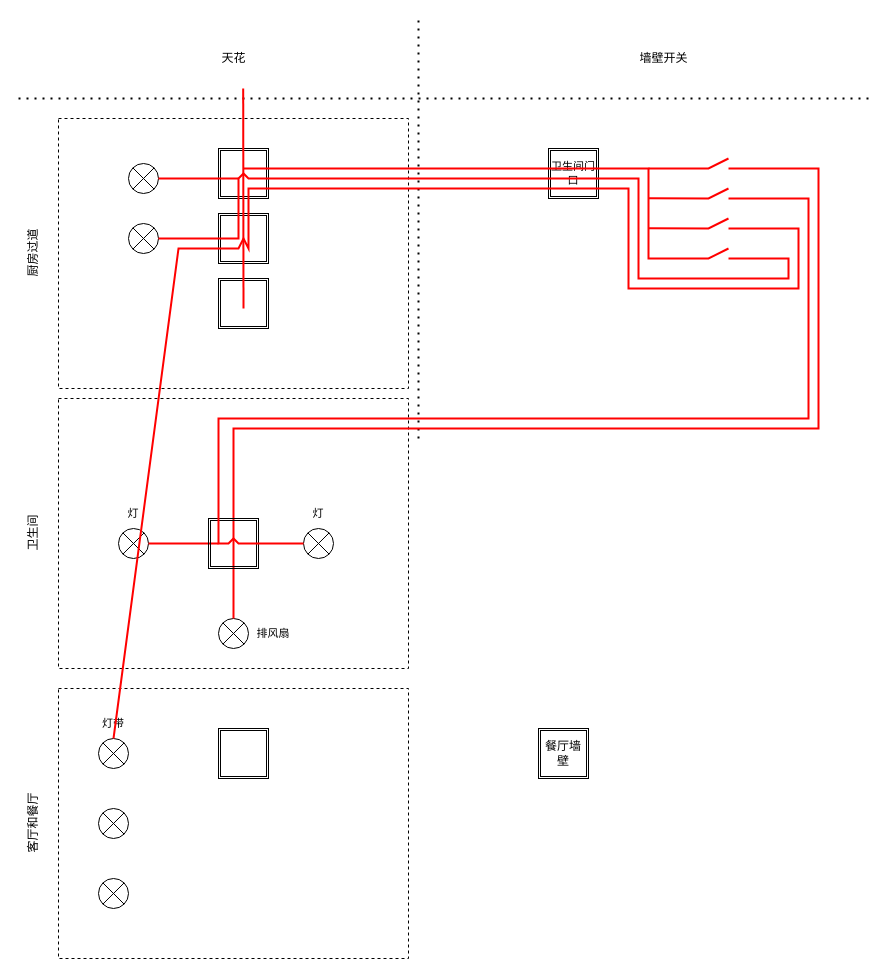
chenyc1995/drawio keeps this draw.io diagram as pipe line.drawio. Above is the earlier version. Source tidied: cells renumbered, new cells numbered last; positions are measured from the earlier drawing's top-left corner, leaving out a move shared by most shapes. Both pictures are drawn from the tidied source at 100%, with x=0, y=0 at pixel (-7, 18).
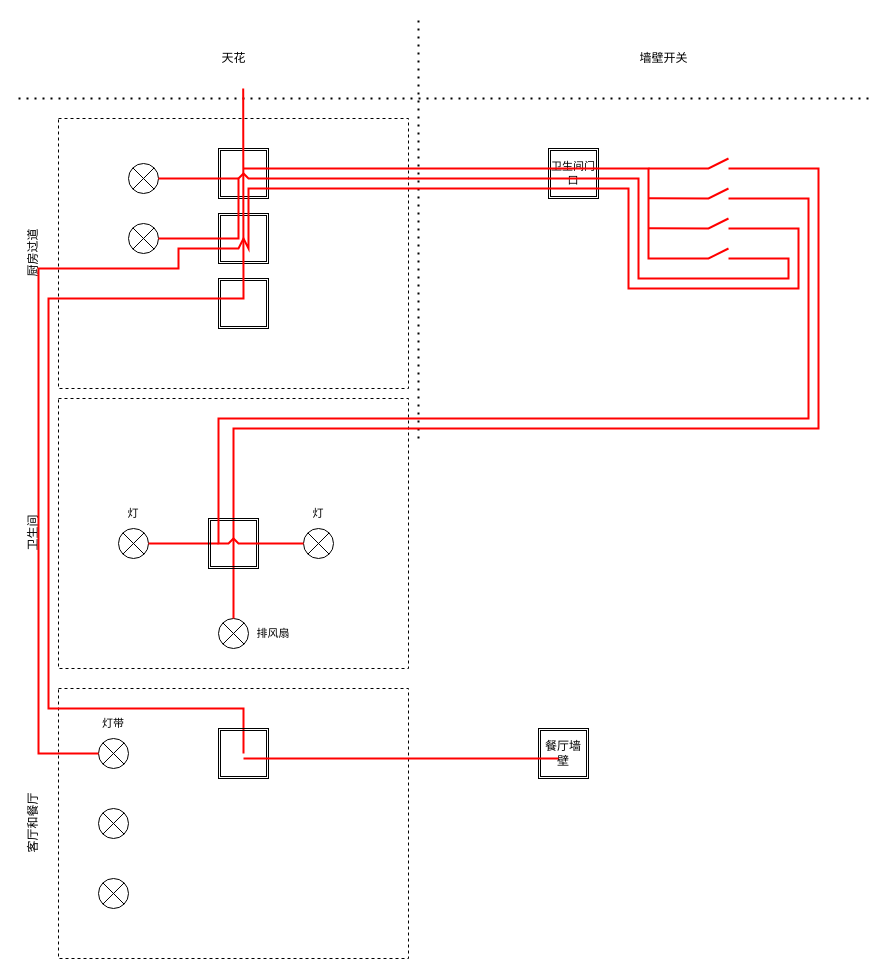
The same diagram, later.

Unchanged cells that the change refers to:
```xml
<mxCell id="13" style="shape=sumEllipse;perimeter=ellipsePerimeter;whiteSpace=wrap;html=1;backgroundOutline=1;fillColor=none;" parent="1" vertex="1">
  <mxGeometry x="105" y="720" width="30" height="30" as="geometry" />
</mxCell>
<mxCell id="19" style="shape=ext;double=1;whiteSpace=wrap;html=1;fillColor=none;flipV=1;" parent="1" vertex="1">
  <mxGeometry x="225" y="260" width="50" height="50" as="geometry" />
</mxCell>
<mxCell id="35" value="餐厅墙壁" style="shape=ext;double=1;whiteSpace=wrap;html=1;fillColor=none;flipV=1;" parent="1" vertex="1">
  <mxGeometry x="545" y="710" width="50" height="50" as="geometry" />
</mxCell>
<mxCell id="39" value="灯带" style="text;html=1;strokeColor=none;fillColor=none;align=center;verticalAlign=middle;whiteSpace=wrap;rounded=0;dashed=1;fontSize=11;" parent="1" vertex="1">
  <mxGeometry x="90" y="690" width="60" height="30" as="geometry" />
</mxCell>
```

Change to the diagram source:
```diff
@@
-    <mxCell id="20" style="endArrow=none;html=1;rounded=0;fontSize=11;strokeColor=#FF0000;strokeWidth=2;entryX=0.5;entryY=0.4;entryDx=0;entryDy=0;entryPerimeter=0;" parent="1" edge="1" target="19">
+    <mxCell id="20" style="endArrow=none;html=1;rounded=0;fontSize=11;strokeColor=#FF0000;strokeWidth=2;" parent="1" edge="1">
       <mxGeometry relative="1" as="geometry">
         <mxPoint x="249.7" y="70" as="sourcePoint" />
+        <mxPoint x="250" y="735" as="targetPoint" />
+        <Array as="points">
+          <mxPoint x="250" y="280" />
+          <mxPoint x="55" y="280" />
+          <mxPoint x="55" y="690" />
+          <mxPoint x="250" y="690" />
+        </Array>
       </mxGeometry>
     </mxCell>
@@
-    <mxCell id="41" style="endArrow=none;html=1;fontSize=11;strokeColor=#FF0000;strokeWidth=2;rounded=0;exitX=0.5;exitY=1;exitDx=0;exitDy=0;" parent="1" edge="1" source="39">
+    <mxCell id="41" style="endArrow=none;html=1;fontSize=11;strokeColor=#FF0000;strokeWidth=2;rounded=0;exitX=0;exitY=0.5;exitDx=0;exitDy=0;" parent="1" edge="1" source="13">
       <mxGeometry relative="1" as="geometry">
         <mxPoint x="735" y="210" as="targetPoint" />
         <Array as="points">
+          <mxPoint x="45" y="735" />
+          <mxPoint x="45" y="250" />
+          <mxPoint x="185" y="250" />
           <mxPoint x="185" y="230" />
           <mxPoint x="245" y="230" />
           <mxPoint x="250" y="220" />
           <mxPoint x="255" y="230" />
           <mxPoint x="255" y="170" />
           <mxPoint x="635" y="170" />
           <mxPoint x="635" y="270" />
           <mxPoint x="805" y="270" />
           <mxPoint x="805" y="210" />
         </Array>
       </mxGeometry>
     </mxCell>
+    <mxCell id="42" style="endArrow=none;html=1;rounded=0;entryX=0.4;entryY=0.4;entryDx=0;entryDy=0;entryPerimeter=0;strokeColor=#FF0000;strokeWidth=2;" parent="1" edge="1" target="35">
+      <mxGeometry relative="1" as="geometry">
+        <mxPoint x="250" y="740" as="sourcePoint" />
+      </mxGeometry>
+    </mxCell>
```
